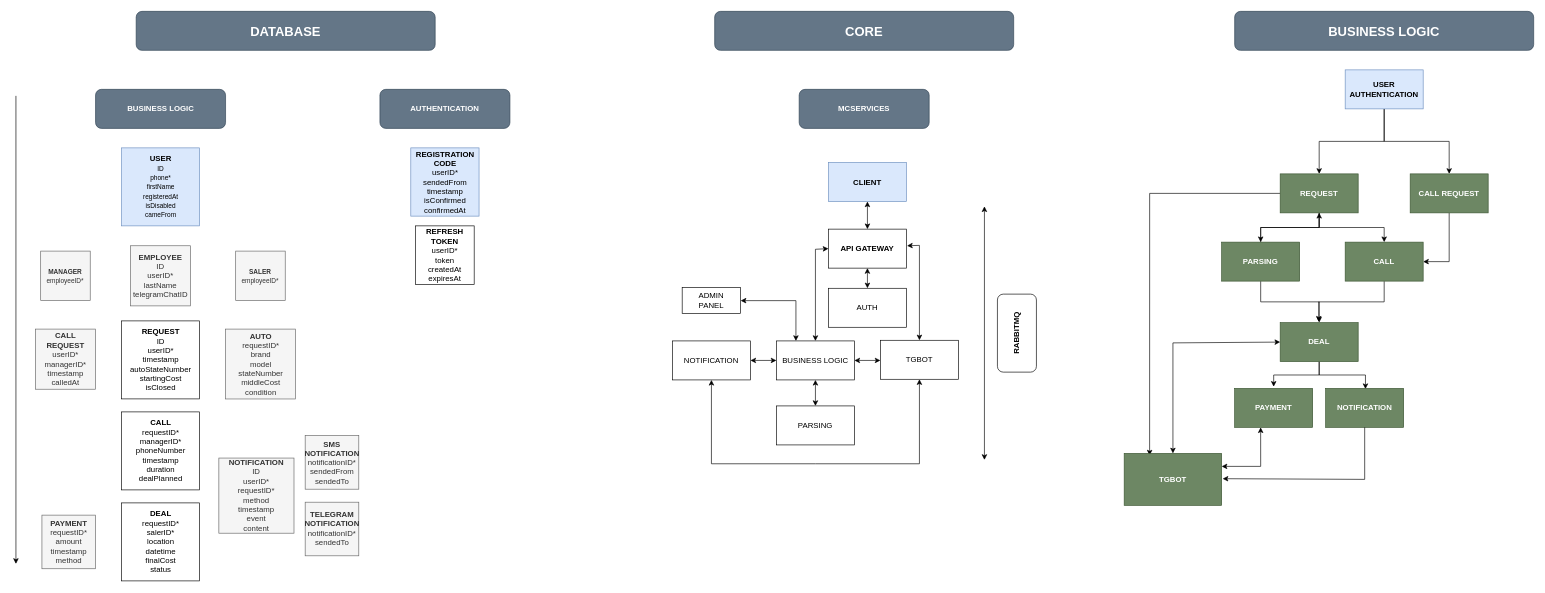
The draw.io diagram docs/AppDiagram.drawio in Dahaka1/GetAuto, before the edit. Source tidied: cells renumbered, new cells numbered last; positions are measured from the earlier drawing's top-left corner, leaving out a move shared by most shapes. Both pictures are drawn from the tidied source at 65%, with x=0, y=0 at pixel (16, 11).
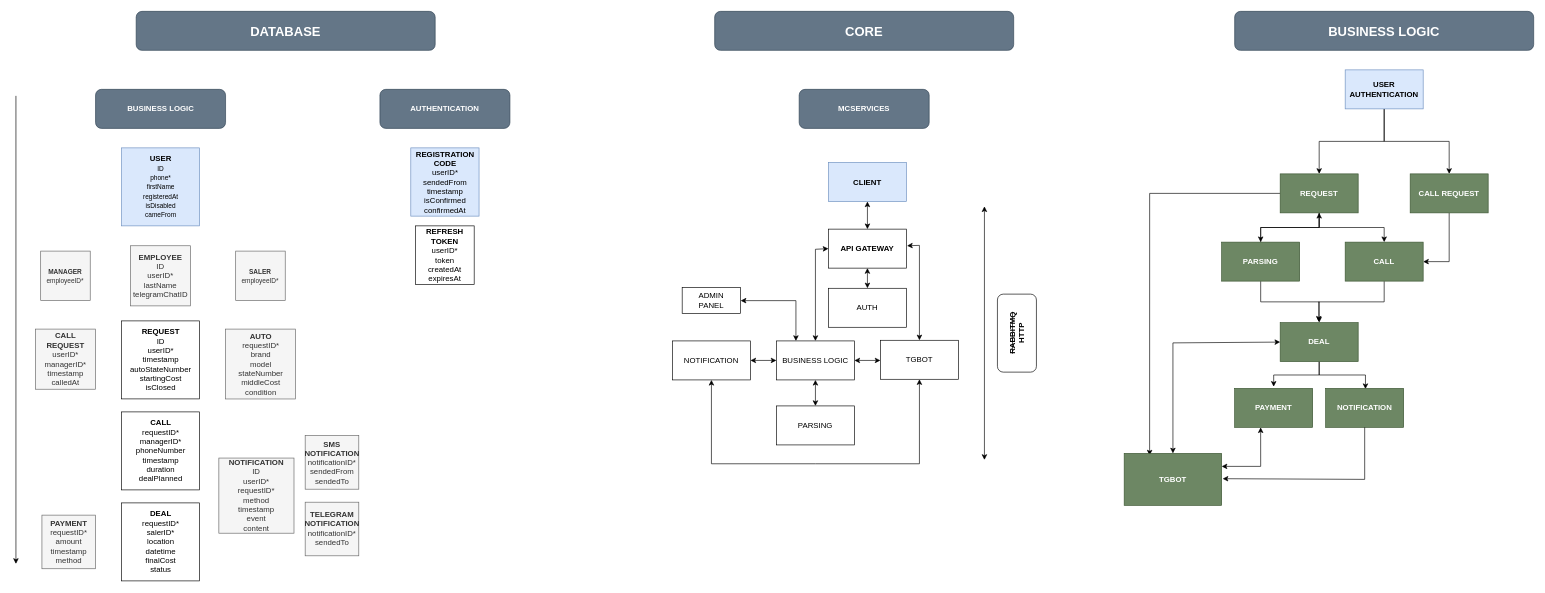
The same diagram, later.

Commit message:
update: apps connection

The edit, as a diff of the source:
```diff
@@
-    <mxCell id="28" value="RABBITMQ" style="rounded=1;whiteSpace=wrap;html=1;rotation=-90;fontStyle=1;" parent="1" vertex="1">
+    <mxCell id="28" value="&lt;strike&gt;RABBITMQ&lt;/strike&gt;&lt;br&gt;HTTP" style="rounded=1;whiteSpace=wrap;html=1;rotation=-90;fontStyle=1;" parent="1" vertex="1">
       <mxGeometry x="1480" y="465" width="120" height="60" as="geometry" />
     </mxCell>
```
